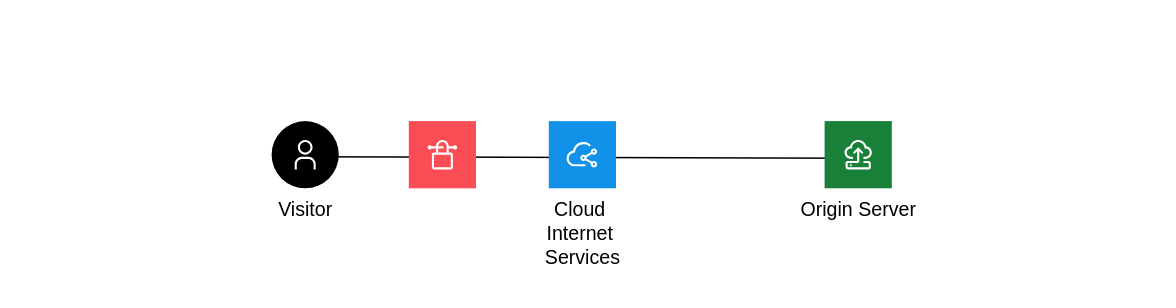
Before: images/client-to-edge.svg, a diagram exported from draw.io (ibm-cloud-docs/cis). Source tidied: cells renumbered, new cells last; positions are measured from the earlier drawing's top-left corner, leaving out a move shared by most shapes.
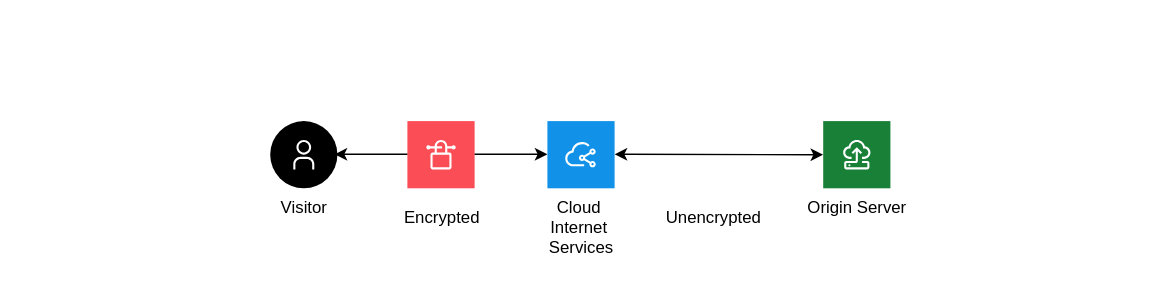
The same diagram one commit later.

Change to the diagram source:
```diff
@@ -5,13 +5,7 @@
     <mxCell id="2" style="rounded=0;whiteSpace=wrap;html=1;fillColor=default;strokeColor=none;" parent="1" vertex="1">
       <mxGeometry x="110" width="610" height="220" as="geometry" />
     </mxCell>
-    <mxCell id="3" style="endArrow=none;html=1;rounded=0;" parent="1" edge="1">
-      <mxGeometry relative="1" as="geometry">
-        <mxPoint x="210.5" y="111.5" as="sourcePoint" />
-        <mxPoint x="620.5" y="112.5" as="targetPoint" />
-      </mxGeometry>
-    </mxCell>
-    <mxCell id="4" value="Visitor" style="shape=ellipse;fillColor=#000000;labelPosition=center;verticalLabelPosition=bottom;align=center;verticalAlign=top;strokeColor=none;fontSize=14;" parent="1" vertex="1">
+    <mxCell id="4" value="Visitor" style="shape=ellipse;fillColor=#000000;labelPosition=center;verticalLabelPosition=bottom;align=center;verticalAlign=top;strokeColor=none;fontSize=12;" parent="1" vertex="1">
       <mxGeometry x="193.5" y="86" width="48" height="48" as="geometry" />
     </mxCell>
     <mxCell id="5" style="fillColor=#ffffff;strokeColor=none;dashed=0;html=1;labelPosition=center;verticalLabelPosition=bottom;verticalAlign=top;shape=mxgraph.ibm_cloud.user;" parent="4" vertex="1">
@@ -19,7 +13,7 @@
         <mxPoint x="12" y="12" as="offset" />
       </mxGeometry>
     </mxCell>
-    <mxCell id="6" value="Cloud &#10;Internet &#10;Services" style="shape=rect;fillColor=#1192E8;labelPosition=center;verticalLabelPosition=bottom;align=center;verticalAlign=top;strokeColor=none;fontSize=14;" parent="1" vertex="1">
+    <mxCell id="6" value="Cloud &#10;Internet &#10;Services" style="shape=rect;fillColor=#1192E8;labelPosition=center;verticalLabelPosition=bottom;align=center;verticalAlign=top;strokeColor=none;fontSize=12;" parent="1" vertex="1">
       <mxGeometry x="391.5" y="86" width="48" height="48" as="geometry" />
     </mxCell>
     <mxCell id="7" style="fillColor=#ffffff;strokeColor=none;dashed=0;html=1;labelPosition=center;verticalLabelPosition=bottom;verticalAlign=top;shape=mxgraph.ibm_cloud.ibm-cloud--internet-services;" parent="6" vertex="1">
@@ -35,7 +29,7 @@
         <mxPoint x="12" y="12" as="offset" />
       </mxGeometry>
     </mxCell>
-    <mxCell id="10" value="Origin Server&#10;" style="shape=rect;fillColor=#198038;labelPosition=center;verticalLabelPosition=bottom;align=center;verticalAlign=top;strokeColor=none;fontSize=14;" parent="1" vertex="1">
+    <mxCell id="10" value="Origin Server&#10;" style="shape=rect;fillColor=#198038;labelPosition=center;verticalLabelPosition=bottom;align=center;verticalAlign=top;strokeColor=none;fontSize=12;" parent="1" vertex="1">
       <mxGeometry x="588.5" y="86" width="48" height="48" as="geometry" />
     </mxCell>
     <mxCell id="11" style="fillColor=#ffffff;strokeColor=none;dashed=0;html=1;labelPosition=center;verticalLabelPosition=bottom;verticalAlign=top;shape=mxgraph.ibm_cloud.ibm-cloud--virtual-server-classic;" parent="10" vertex="1">
@@ -49,5 +43,28 @@
     <mxCell id="13" style="rounded=0;whiteSpace=wrap;html=1;fillColor=default;strokeColor=none;" parent="1" vertex="1">
       <mxGeometry width="110" height="220" as="geometry" />
     </mxCell>
+    <mxCell id="14" value="Encrypted" style="text;html=1;align=center;verticalAlign=middle;whiteSpace=wrap;rounded=0;" parent="1" vertex="1">
+      <mxGeometry x="285.5" y="140" width="60" height="30" as="geometry" />
+    </mxCell>
+    <mxCell id="15" value="Unencrypted" style="text;html=1;align=center;verticalAlign=middle;whiteSpace=wrap;rounded=0;" parent="1" vertex="1">
+      <mxGeometry x="480" y="140" width="60" height="30" as="geometry" />
+    </mxCell>
+    <mxCell id="16" style="endArrow=classic;html=1;rounded=0;entryX=0.973;entryY=0.493;entryDx=0;entryDy=0;exitX=0;exitY=0.5;exitDx=0;exitDy=0;entryPerimeter=0;" parent="1" edge="1">
+      <mxGeometry relative="1" as="geometry">
+        <mxPoint x="291.5" y="109.7" as="sourcePoint" />
+        <mxPoint x="239.5" y="109.7" as="targetPoint" />
+      </mxGeometry>
+    </mxCell>
+    <mxCell id="17" style="endArrow=classic;html=1;rounded=0;startSize=6;endSize=6;entryX=0;entryY=0.5;entryDx=0;entryDy=0;" parent="1" edge="1">
+      <mxGeometry relative="1" as="geometry">
+        <mxPoint x="339.5" y="109.7" as="sourcePoint" />
+        <mxPoint x="391.5" y="109.7" as="targetPoint" />
+      </mxGeometry>
+    </mxCell>
+    <mxCell id="18" style="endArrow=classic;html=1;rounded=0;entryX=0.973;entryY=0.493;entryDx=0;entryDy=0;exitX=0;exitY=0.5;exitDx=0;exitDy=0;entryPerimeter=0;startArrow=classic;startFill=1;" parent="1" edge="1" source="10">
+      <mxGeometry relative="1" as="geometry">
+        <mxPoint x="439.5" y="109.7" as="targetPoint" />
+      </mxGeometry>
+    </mxCell>
   </root>
 </mxGraphModel>
```
